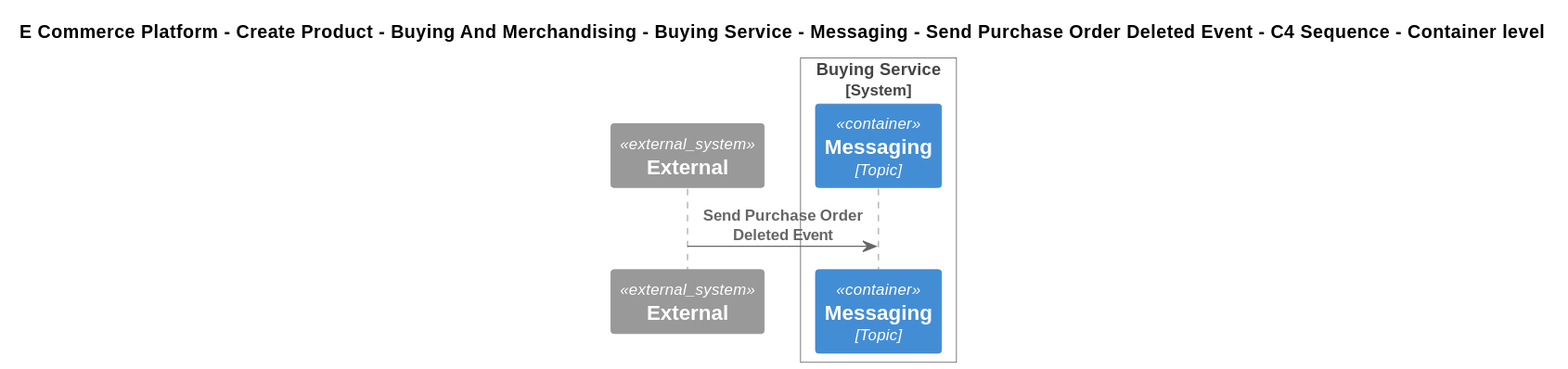
Earlier version of the PlantUML export Samples/E-Commerce Platform/Yaml/Diagrams/E Commerce Platform/Create Product/Buying And Merchandising/Software Systems/Buying Service/Containers/Messaging/Interfaces/Send Purchase Order Deleted Event/Container - C4 Sequence.svg (mnadenysenko/C4InterFlow). The source it was exported from:
```plantuml
@startuml
!include ..\..\..\..\..\..\..\..\..\.c4s\C4_Sequence.puml
SHOW_FOOT_BOXES()

title E Commerce Platform - Create Product - Buying And Merchandising - Buying Service - Messaging - Send Purchase Order Deleted Event - C4 Sequence - Container level

System_Ext(C4InterFlow.SoftwareSystems.ExternalSystem, "External", "")

System_Boundary(ECommercePlatform.CreateProduct.BuyingAndMerchandising.SoftwareSystems.BuyingService, "Buying Service")
    ContainerQueue(ECommercePlatform.CreateProduct.BuyingAndMerchandising.SoftwareSystems.BuyingService.Containers.Messaging, "Messaging", "Topic", "")
Boundary_End()

Rel(C4InterFlow.SoftwareSystems.ExternalSystem, ECommercePlatform.CreateProduct.BuyingAndMerchandising.SoftwareSystems.BuyingService.Containers.Messaging, "Send Purchase Order Deleted Event")
@enduml
```
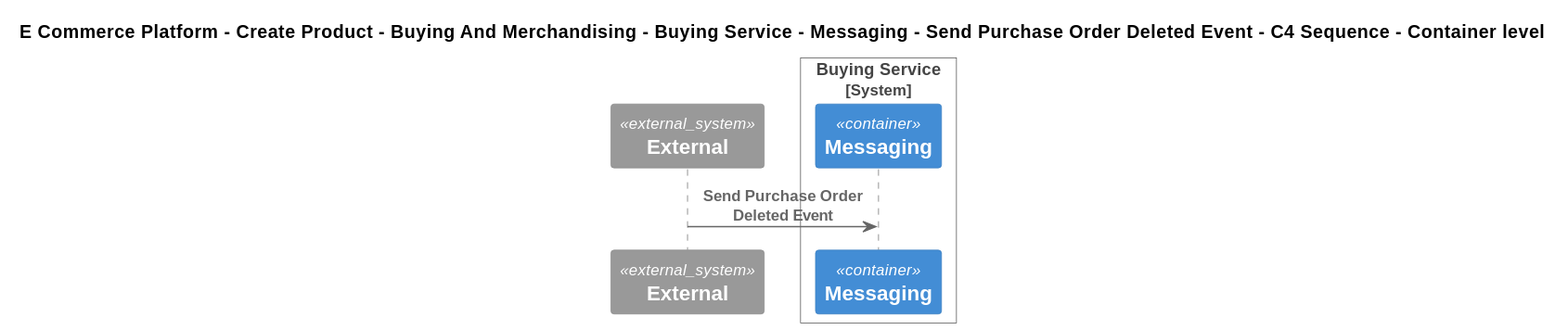
Above is the later version.

What changed in the source:
```diff
@@ -7,7 +7,7 @@
 System_Ext(C4InterFlow.SoftwareSystems.ExternalSystem, "External", "")
 
 System_Boundary(ECommercePlatform.CreateProduct.BuyingAndMerchandising.SoftwareSystems.BuyingService, "Buying Service")
-    ContainerQueue(ECommercePlatform.CreateProduct.BuyingAndMerchandising.SoftwareSystems.BuyingService.Containers.Messaging, "Messaging", "Topic", "")
+    ContainerQueue(ECommercePlatform.CreateProduct.BuyingAndMerchandising.SoftwareSystems.BuyingService.Containers.Messaging, "Messaging", "", "")
 Boundary_End()
 
 Rel(C4InterFlow.SoftwareSystems.ExternalSystem, ECommercePlatform.CreateProduct.BuyingAndMerchandising.SoftwareSystems.BuyingService.Containers.Messaging, "Send Purchase Order Deleted Event")
```
